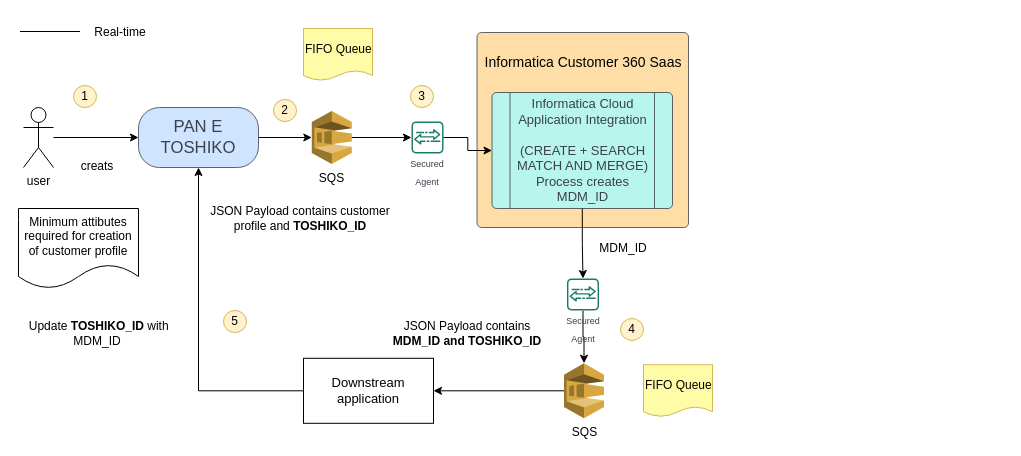
Above: page "TOSHIKO - Create" (5 of 13) of TME-Misc_Design.drawio in biswarup81/drawings (draw.io), before the change. Source tidied: cells renumbered, new cells numbered last; positions are measured from the earlier drawing's top-left corner, leaving out a move shared by most shapes. Both pictures are drawn from the tidied source at 100%, with x=0, y=0 at pixel (17, 17).
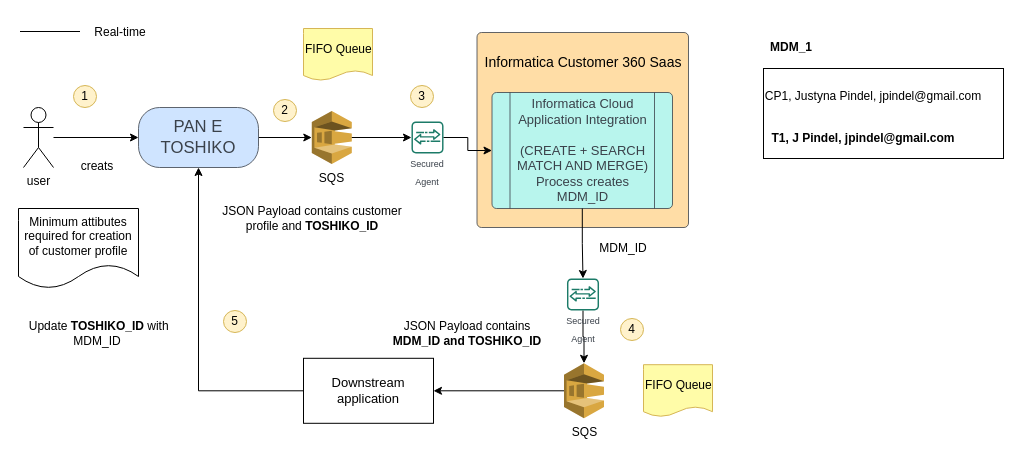
The same diagram, later.

What changed in the source:
```diff
@@
     <mxCell id="32" value="JSON Payload contains customer profile and &lt;b&gt;TOSHIKO_ID&lt;/b&gt;" style="text;html=1;strokeColor=none;fillColor=none;align=center;verticalAlign=middle;whiteSpace=wrap;rounded=0;" parent="1" vertex="1">
-      <mxGeometry x="178.5" y="171" width="207.5" height="60" as="geometry" />
+      <mxGeometry x="190.5" y="171" width="207.5" height="60" as="geometry" />
     </mxCell>
@@
+    <mxCell id="35" value="CP1, Justyna Pindel, jpindel@gmail.com" style="text;html=1;strokeColor=none;fillColor=none;align=center;verticalAlign=middle;whiteSpace=wrap;rounded=0;" parent="1" vertex="1">
+      <mxGeometry x="746" y="64" width="220" height="30" as="geometry" />
+    </mxCell>
+    <mxCell id="36" value="T1, J Pindel, jpindel@gmail.com" style="text;html=1;strokeColor=none;fillColor=none;align=center;verticalAlign=middle;whiteSpace=wrap;rounded=0;fontStyle=1;" parent="1" vertex="1">
+      <mxGeometry x="746" y="106" width="200" height="30" as="geometry" />
+    </mxCell>
+    <mxCell id="37" style="rounded=0;whiteSpace=wrap;html=1;fillColor=none;" parent="1" vertex="1">
+      <mxGeometry x="746" y="51" width="240" height="90" as="geometry" />
+    </mxCell>
+    <mxCell id="38" value="&lt;b&gt;MDM_1&lt;/b&gt;" style="text;html=1;strokeColor=none;fillColor=none;align=center;verticalAlign=middle;whiteSpace=wrap;rounded=0;" parent="1" vertex="1">
+      <mxGeometry x="744" y="15" width="60" height="30" as="geometry" />
+    </mxCell>
```
